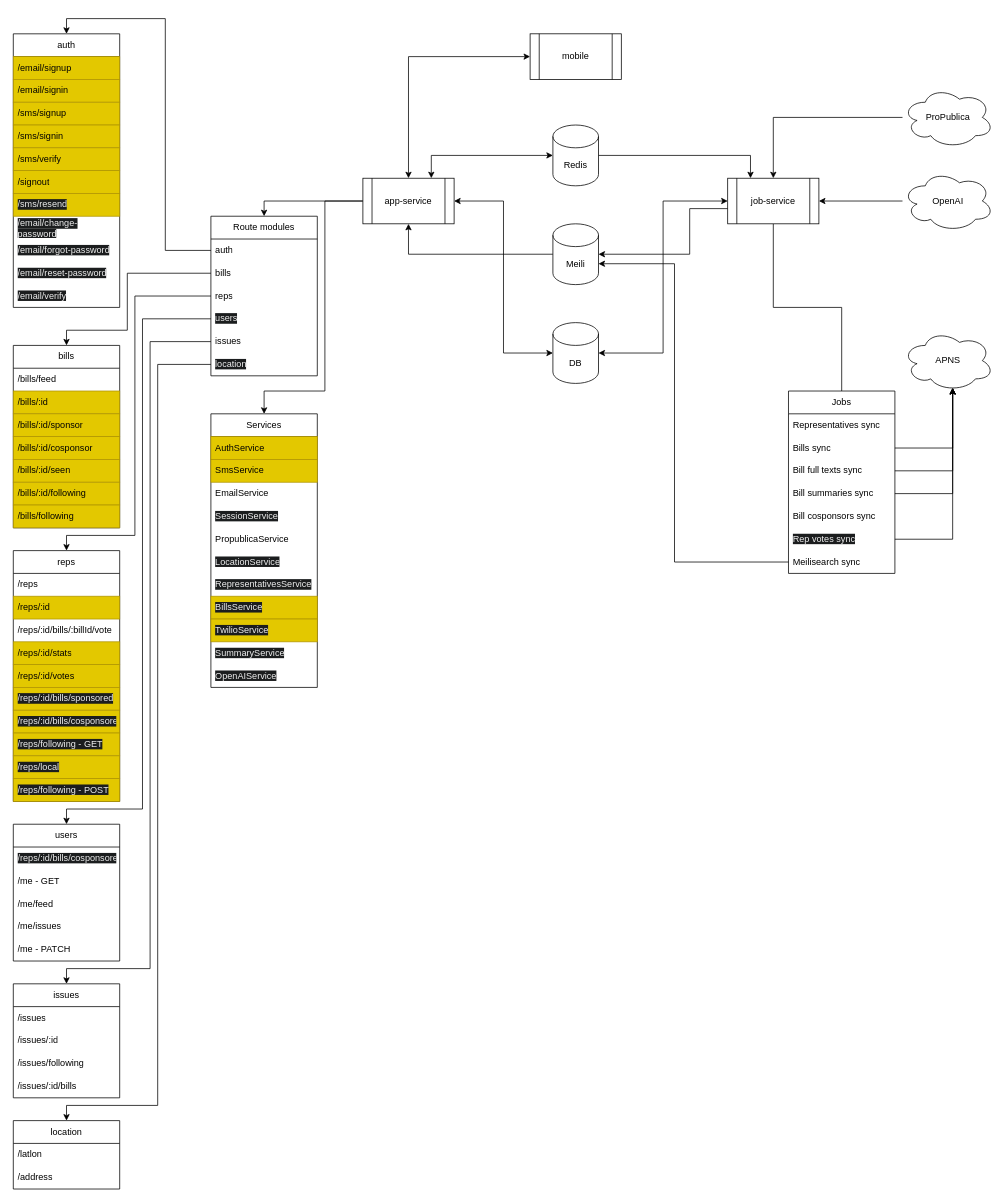
Earlier version of the draw.io diagram architecture/Architecture.drawio (Breakdown/breakdown-services). Source tidied: cells renumbered, new cells numbered last; positions are measured from the earlier drawing's top-left corner, leaving out a move shared by most shapes. Both pictures are drawn from the tidied source at 76%, with x=0, y=0 at pixel (13, 33).
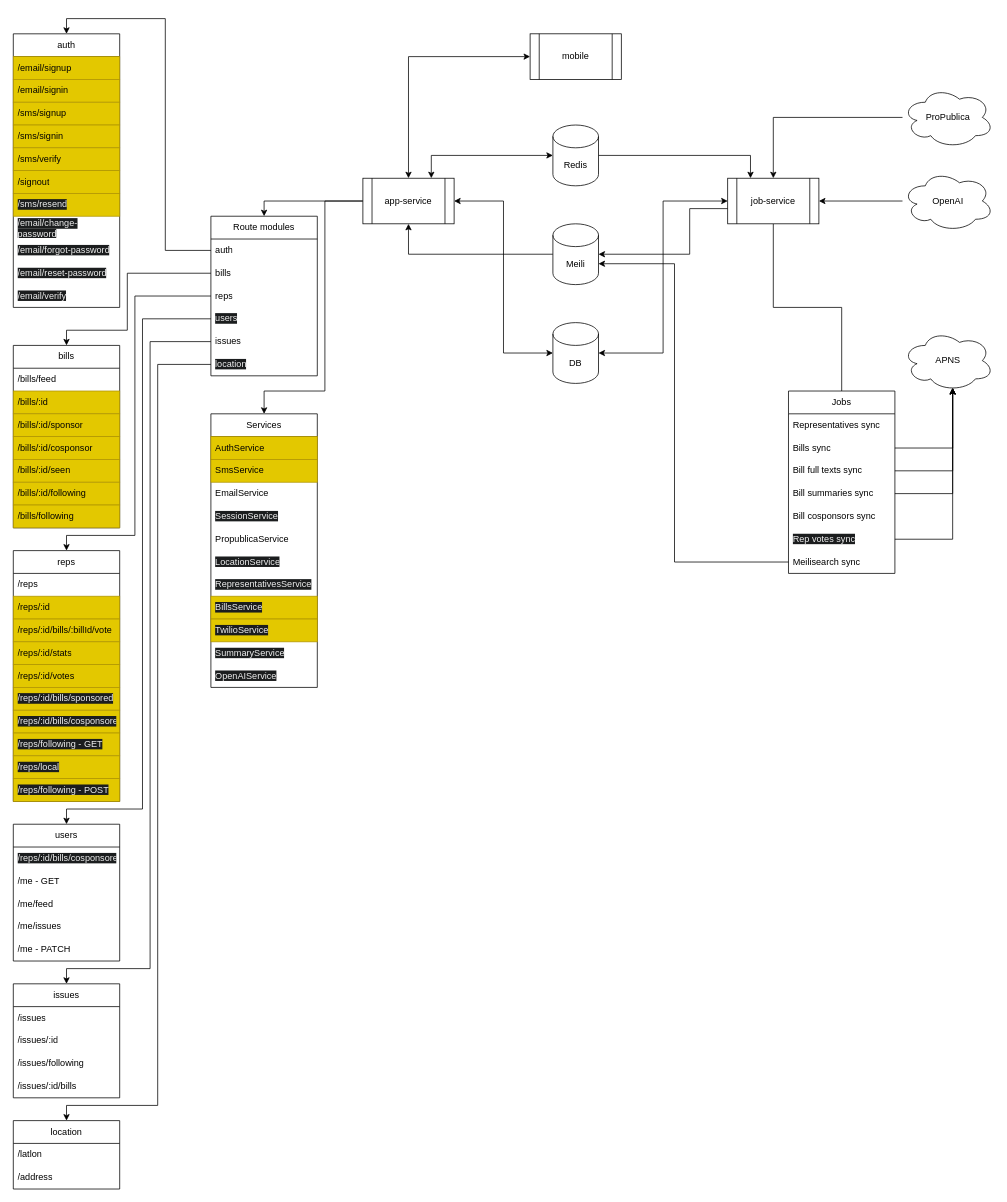
The same diagram, later.

Commit message (it also covers changes not shown here):
Add get rep vote on bill route

Unchanged cells that the change refers to:
```xml
<mxCell id="70" value="reps" style="swimlane;fontStyle=0;horizontal=1;startSize=30;whiteSpace=wrap;html=1;" parent="1" vertex="1">
  <mxGeometry y="680" width="140" height="330" as="geometry" />
</mxCell>
```

The edit, as a diff of the source:
```diff
@@
-    <mxCell id="73" value="/reps/:id/bills/:billId/vote" style="text;strokeColor=none;fillColor=none;align=left;verticalAlign=middle;spacingLeft=4;spacingRight=4;overflow=hidden;whiteSpace=wrap;html=1;" parent="70" vertex="1">
+    <mxCell id="73" value="/reps/:id/bills/:billId/vote" style="text;strokeColor=#B09500;fillColor=#e3c800;align=left;verticalAlign=middle;spacingLeft=4;spacingRight=4;overflow=hidden;whiteSpace=wrap;html=1;fontColor=#000000;" parent="70" vertex="1">
       <mxGeometry y="90" width="140" height="30" as="geometry" />
     </mxCell>
```
